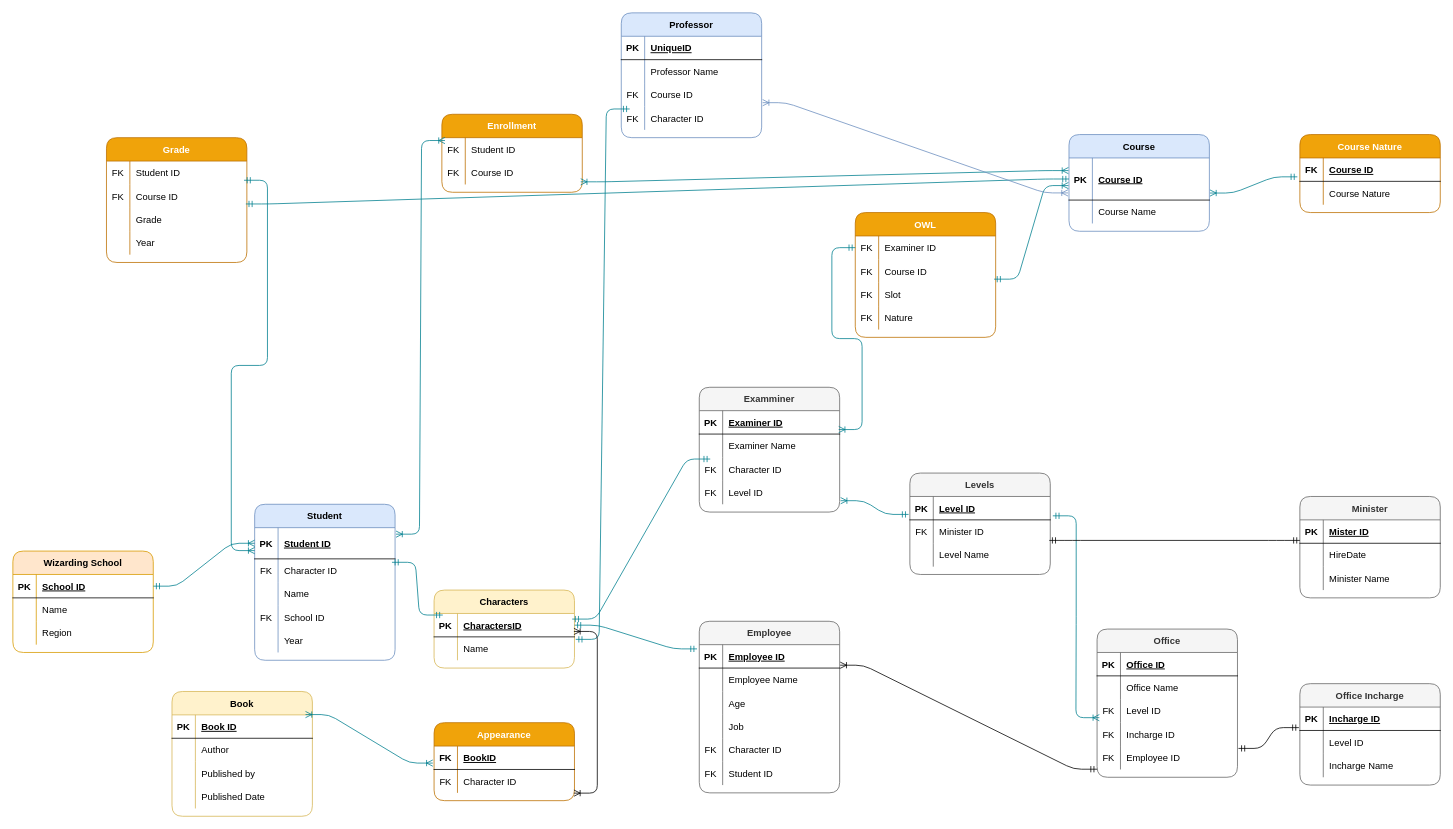
Earlier version of the draw.io diagram LabExam-ERD.drawio (mans00rahmed/Introduction-To-Databse-Lab). Source tidied: cells renumbered, new cells numbered last; positions are measured from the earlier drawing's top-left corner, leaving out a move shared by most shapes. Both pictures are drawn from the tidied source at 78%, with x=0, y=0 at pixel (12, 12).
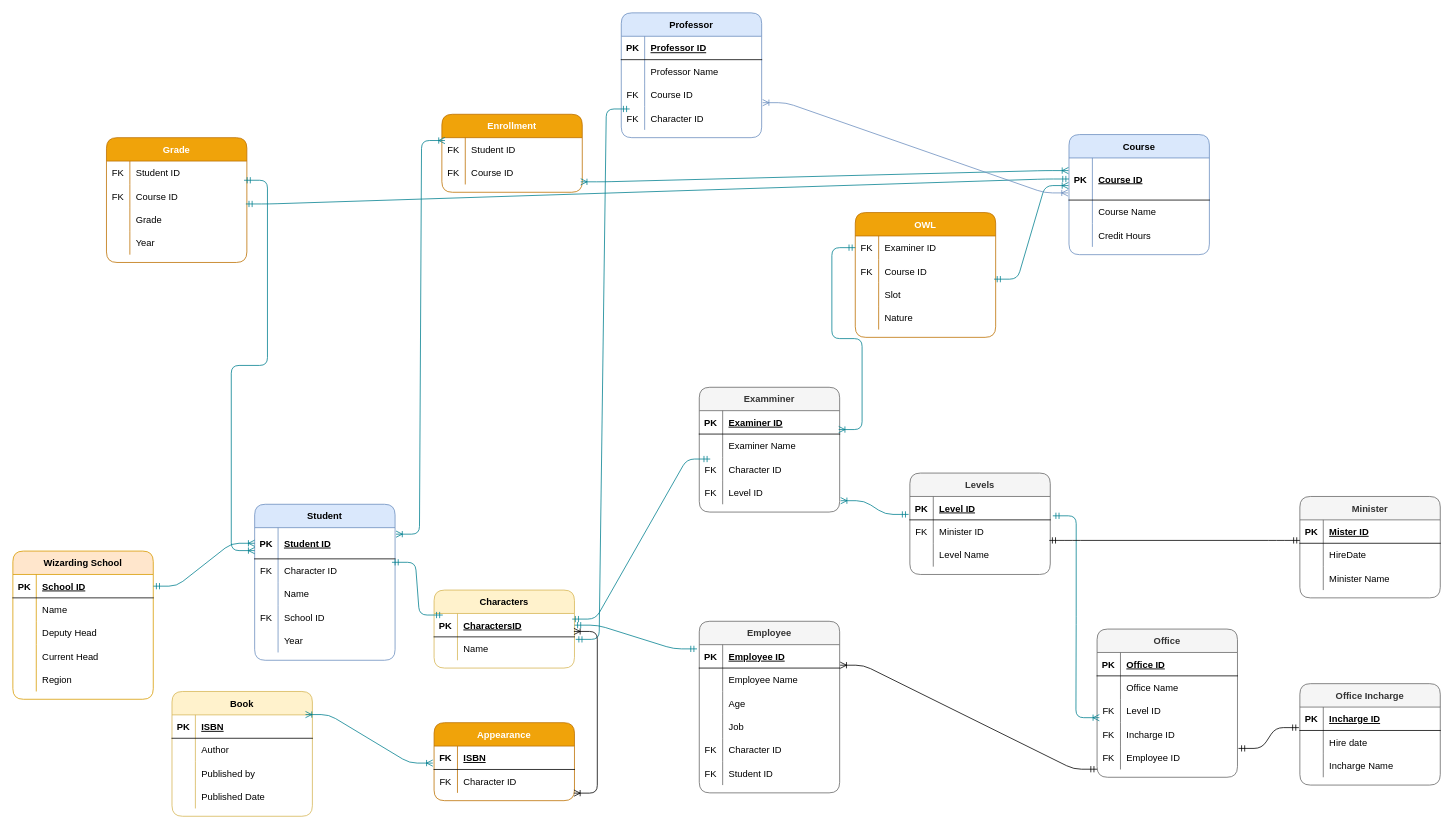
The same page after the edit.

Unchanged cells that the change refers to:
```xml
<mxCell id="13" style="shape=partialRectangle;fillColor=none;top=0;left=0;bottom=1;right=0;points=[[0,0.5],[1,0.5]];portConstraint=eastwest;rounded=1;" parent="12" vertex="1">
  <mxGeometry y="30" width="180" height="30" as="geometry" />
</mxCell>
<mxCell id="26" style="shape=partialRectangle;fillColor=none;top=0;left=0;bottom=1;right=0;points=[[0,0.5],[1,0.5]];portConstraint=eastwest;rounded=1;" parent="25" vertex="1">
  <mxGeometry y="30" width="180" height="30" as="geometry" />
</mxCell>
<mxCell id="56" style="shape=partialRectangle;fillColor=none;top=0;left=0;bottom=1;right=0;points=[[0,0.5],[1,0.5]];portConstraint=eastwest;rounded=1;" parent="55" vertex="1">
  <mxGeometry y="30" width="180" height="54" as="geometry" />
</mxCell>
<mxCell id="70" style="shape=partialRectangle;fillColor=none;top=0;left=0;bottom=1;right=0;rounded=1;" parent="69" vertex="1">
  <mxGeometry y="30" width="180" height="30" as="geometry" />
</mxCell>
<mxCell id="154" style="shape=partialRectangle;fillColor=none;top=0;left=0;bottom=0;right=0;rounded=1;" parent="147" vertex="1">
  <mxGeometry y="90" width="180" height="30" as="geometry" />
</mxCell>
<mxCell id="157" style="shape=partialRectangle;fillColor=none;top=0;left=0;bottom=0;right=0;rounded=1;" parent="147" vertex="1">
  <mxGeometry y="120" width="180" height="30" as="geometry" />
</mxCell>
<mxCell id="192" style="shape=partialRectangle;fillColor=none;top=0;left=0;bottom=0;right=0;rounded=1;" parent="188" vertex="1">
  <mxGeometry y="60" width="180" height="30" as="geometry" />
</mxCell>
```

The edit, as a diff of the source:
```diff
@@
     <mxCell id="2" value="Wizarding School" style="shape=table;startSize=30;childLayout=tableLayout;rowLines=0;fontStyle=1;align=center;fillColor=#ffe6cc;strokeColor=#d79b00;rounded=1;" parent="1" vertex="1">
-      <mxGeometry y="690" width="180" height="130" as="geometry" />
+      <mxGeometry y="690" width="180" height="190" as="geometry" />
     </mxCell>
@@
+    <mxCell id="213" style="shape=partialRectangle;fillColor=none;top=0;left=0;bottom=0;right=0;rounded=1;" parent="2" vertex="1">
+      <mxGeometry y="90" width="180" height="30" as="geometry" />
+    </mxCell>
+    <mxCell id="214" style="shape=partialRectangle;fillColor=none;top=0;left=0;bottom=0;right=0;overflow=hidden;" parent="213" vertex="1">
+      <mxGeometry width="30" height="30" as="geometry" />
+    </mxCell>
+    <mxCell id="215" value="Deputy Head" style="shape=partialRectangle;fillColor=none;top=0;left=0;bottom=0;right=0;align=left;spacingLeft=6;overflow=hidden;" parent="213" vertex="1">
+      <mxGeometry x="30" width="150" height="30" as="geometry" />
+    </mxCell>
+    <mxCell id="216" style="shape=partialRectangle;fillColor=none;top=0;left=0;bottom=0;right=0;rounded=1;" parent="2" vertex="1">
+      <mxGeometry y="120" width="180" height="30" as="geometry" />
+    </mxCell>
+    <mxCell id="217" style="shape=partialRectangle;fillColor=none;top=0;left=0;bottom=0;right=0;overflow=hidden;" parent="216" vertex="1">
+      <mxGeometry width="30" height="30" as="geometry" />
+    </mxCell>
+    <mxCell id="218" value="Current Head" style="shape=partialRectangle;fillColor=none;top=0;left=0;bottom=0;right=0;align=left;spacingLeft=6;overflow=hidden;" parent="216" vertex="1">
+      <mxGeometry x="30" width="150" height="30" as="geometry" />
+    </mxCell>
     <mxCell id="9" style="shape=partialRectangle;fillColor=none;top=0;left=0;bottom=0;right=0;rounded=1;" parent="2" vertex="1">
-      <mxGeometry y="90" width="180" height="30" as="geometry" />
+      <mxGeometry y="150" width="180" height="30" as="geometry" />
     </mxCell>
@@
-    <mxCell id="15" value="Book ID" style="shape=partialRectangle;fillColor=none;top=0;left=0;bottom=0;right=0;align=left;spacingLeft=6;fontStyle=5;overflow=hidden;rounded=1;" parent="13" vertex="1">
+    <mxCell id="15" value="ISBN" style="shape=partialRectangle;fillColor=none;top=0;left=0;bottom=0;right=0;align=left;spacingLeft=6;fontStyle=5;overflow=hidden;rounded=1;" parent="13" vertex="1">
       <mxGeometry x="30" width="150" height="30" as="geometry" />
     </mxCell>
@@
-    <mxCell id="28" value="BookID" style="shape=partialRectangle;fillColor=none;top=0;left=0;bottom=0;right=0;align=left;spacingLeft=6;fontStyle=5;overflow=hidden;rounded=1;" parent="26" vertex="1">
+    <mxCell id="28" value="ISBN" style="shape=partialRectangle;fillColor=none;top=0;left=0;bottom=0;right=0;align=left;spacingLeft=6;fontStyle=5;overflow=hidden;rounded=1;" parent="26" vertex="1">
       <mxGeometry x="30" width="150" height="30" as="geometry" />
     </mxCell>
@@
     <mxCell id="55" value="Course" style="shape=table;startSize=30;childLayout=tableLayout;rowLines=0;fontStyle=1;align=center;fillColor=#dae8fc;strokeColor=#6c8ebf;rounded=1;" parent="1" vertex="1">
-      <mxGeometry x="1354" y="156" width="180" height="124" as="geometry" />
+      <mxGeometry x="1354" y="156" width="180" height="154" as="geometry" />
     </mxCell>
@@
-    <mxCell id="62" value="Course Nature" style="shape=table;startSize=30;childLayout=tableLayout;rowLines=0;fontStyle=1;align=center;fillColor=#f0a30a;strokeColor=#BD7000;fontColor=#ffffff;rounded=1;" parent="1" vertex="1">
-      <mxGeometry x="1650" y="156" width="180" height="100" as="geometry" />
-    </mxCell>
-    <mxCell id="63" style="shape=partialRectangle;fillColor=none;top=0;left=0;bottom=1;right=0;points=[[0,0.5],[1,0.5]];portConstraint=eastwest;rounded=1;" parent="62" vertex="1">
-      <mxGeometry y="30" width="180" height="30" as="geometry" />
-    </mxCell>
-    <mxCell id="64" value="FK" style="shape=partialRectangle;fillColor=none;top=0;left=0;bottom=0;right=0;fontStyle=1;overflow=hidden;rounded=1;" parent="63" vertex="1">
-      <mxGeometry width="30" height="30" as="geometry" />
-    </mxCell>
-    <mxCell id="65" value="Course ID" style="shape=partialRectangle;fillColor=none;top=0;left=0;bottom=0;right=0;align=left;spacingLeft=6;fontStyle=5;overflow=hidden;rounded=1;" parent="63" vertex="1">
-      <mxGeometry x="30" width="150" height="30" as="geometry" />
-    </mxCell>
-    <mxCell id="66" style="shape=partialRectangle;fillColor=none;top=0;left=0;bottom=0;right=0;rounded=1;" parent="62" vertex="1">
-      <mxGeometry y="60" width="180" height="30" as="geometry" />
-    </mxCell>
-    <mxCell id="67" style="shape=partialRectangle;fillColor=none;top=0;left=0;bottom=0;right=0;overflow=hidden;rounded=1;" parent="66" vertex="1">
-      <mxGeometry width="30" height="30" as="geometry" />
-    </mxCell>
-    <mxCell id="68" value="Course Nature" style="shape=partialRectangle;fillColor=none;top=0;left=0;bottom=0;right=0;align=left;spacingLeft=6;overflow=hidden;rounded=1;" parent="66" vertex="1">
-      <mxGeometry x="30" width="150" height="30" as="geometry" />
-    </mxCell>
+    <mxCell id="219" style="shape=partialRectangle;fillColor=none;top=0;left=0;bottom=0;right=0;rounded=1;" parent="55" vertex="1">
+      <mxGeometry y="114" width="180" height="30" as="geometry" />
+    </mxCell>
+    <mxCell id="220" style="shape=partialRectangle;fillColor=none;top=0;left=0;bottom=0;right=0;overflow=hidden;" parent="219" vertex="1">
+      <mxGeometry width="30" height="30" as="geometry" />
+    </mxCell>
+    <mxCell id="221" value="Credit Hours" style="shape=partialRectangle;fillColor=none;top=0;left=0;bottom=0;right=0;align=left;spacingLeft=6;overflow=hidden;" parent="219" vertex="1">
+      <mxGeometry x="30" width="150" height="30" as="geometry" />
+    </mxCell>
@@
-    <mxCell id="72" value="UniqueID" style="shape=partialRectangle;fillColor=none;top=0;left=0;bottom=0;right=0;align=left;spacingLeft=6;fontStyle=5;overflow=hidden;rounded=1;" parent="70" vertex="1">
+    <mxCell id="72" value="Professor ID" style="shape=partialRectangle;fillColor=none;top=0;left=0;bottom=0;right=0;align=left;spacingLeft=6;fontStyle=5;overflow=hidden;rounded=1;" parent="70" vertex="1">
       <mxGeometry x="30" width="150" height="30" as="geometry" />
     </mxCell>
@@
-    <mxCell id="155" value="FK" style="shape=partialRectangle;fillColor=none;top=0;left=0;bottom=0;right=0;fontStyle=0;overflow=hidden;rounded=1;" parent="154" vertex="1">
+    <mxCell id="155" style="shape=partialRectangle;fillColor=none;top=0;left=0;bottom=0;right=0;fontStyle=0;overflow=hidden;rounded=1;" parent="154" vertex="1">
       <mxGeometry width="30" height="30" as="geometry" />
     </mxCell>
@@
-    <mxCell id="158" value="FK" style="shape=partialRectangle;fillColor=none;top=0;left=0;bottom=0;right=0;overflow=hidden;rounded=1;" parent="157" vertex="1">
+    <mxCell id="158" style="shape=partialRectangle;fillColor=none;top=0;left=0;bottom=0;right=0;overflow=hidden;rounded=1;" parent="157" vertex="1">
       <mxGeometry width="30" height="30" as="geometry" />
     </mxCell>
@@
-    <mxCell id="183" style="edgeStyle=entityRelationEdgeStyle;fontSize=12;html=1;endArrow=ERoneToMany;startArrow=ERmandOne;strokeColor=#028090;fillColor=#F45B69;entryX=1.004;entryY=0.833;entryDx=0;entryDy=0;entryPerimeter=0;exitX=-0.018;exitY=0.807;exitDx=0;exitDy=0;exitPerimeter=0;" parent="1" edge="1" source="63" target="56">
-      <mxGeometry relative="1" as="geometry" />
-    </mxCell>
@@
-    <mxCell id="194" value="Level ID" style="shape=partialRectangle;fillColor=none;top=0;left=0;bottom=0;right=0;align=left;spacingLeft=6;overflow=hidden;" parent="192" vertex="1">
+    <mxCell id="194" value="Hire date" style="shape=partialRectangle;fillColor=none;top=0;left=0;bottom=0;right=0;align=left;spacingLeft=6;overflow=hidden;" parent="192" vertex="1">
       <mxGeometry x="30" width="150" height="30" as="geometry" />
     </mxCell>
```
